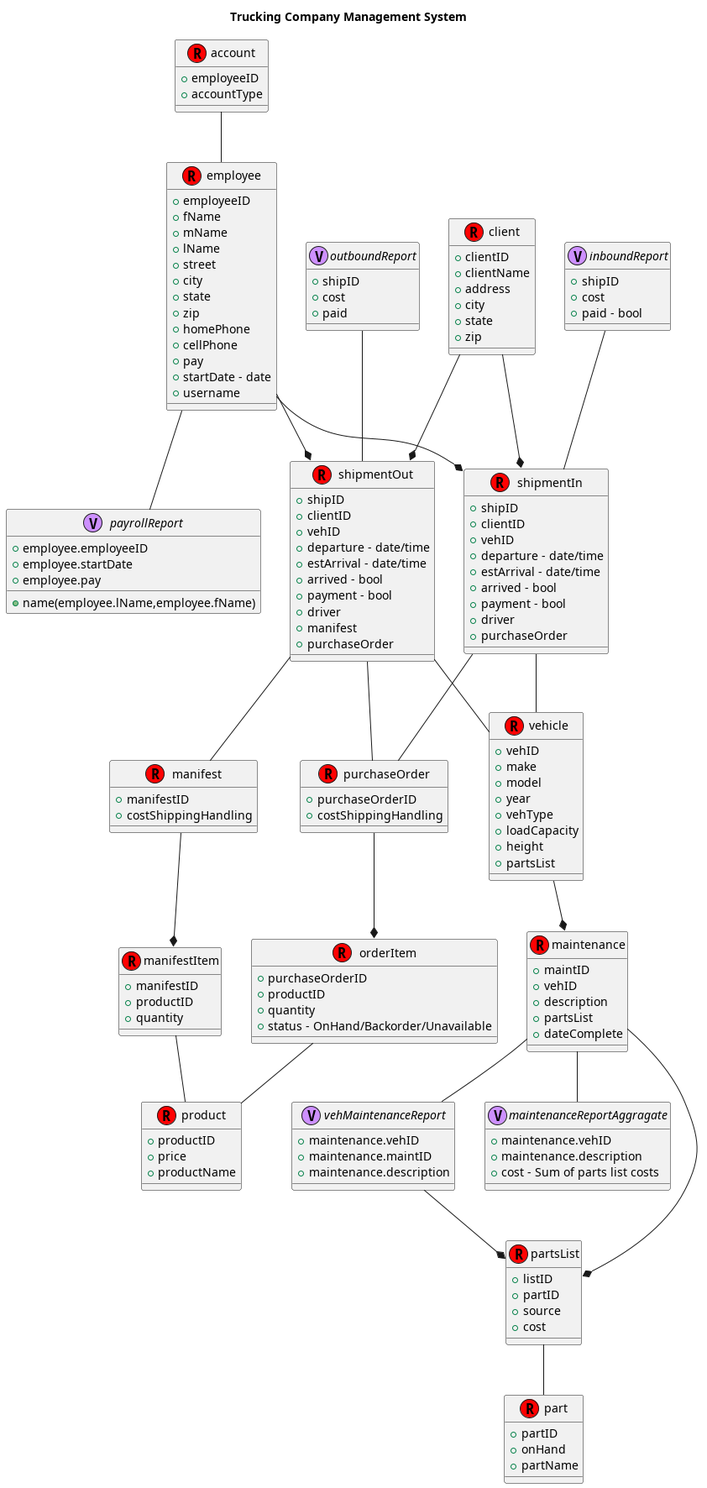
The PlantUML diagram planning/uml/relation.png in StephenP-AL/CS499-group-7, before a commit.
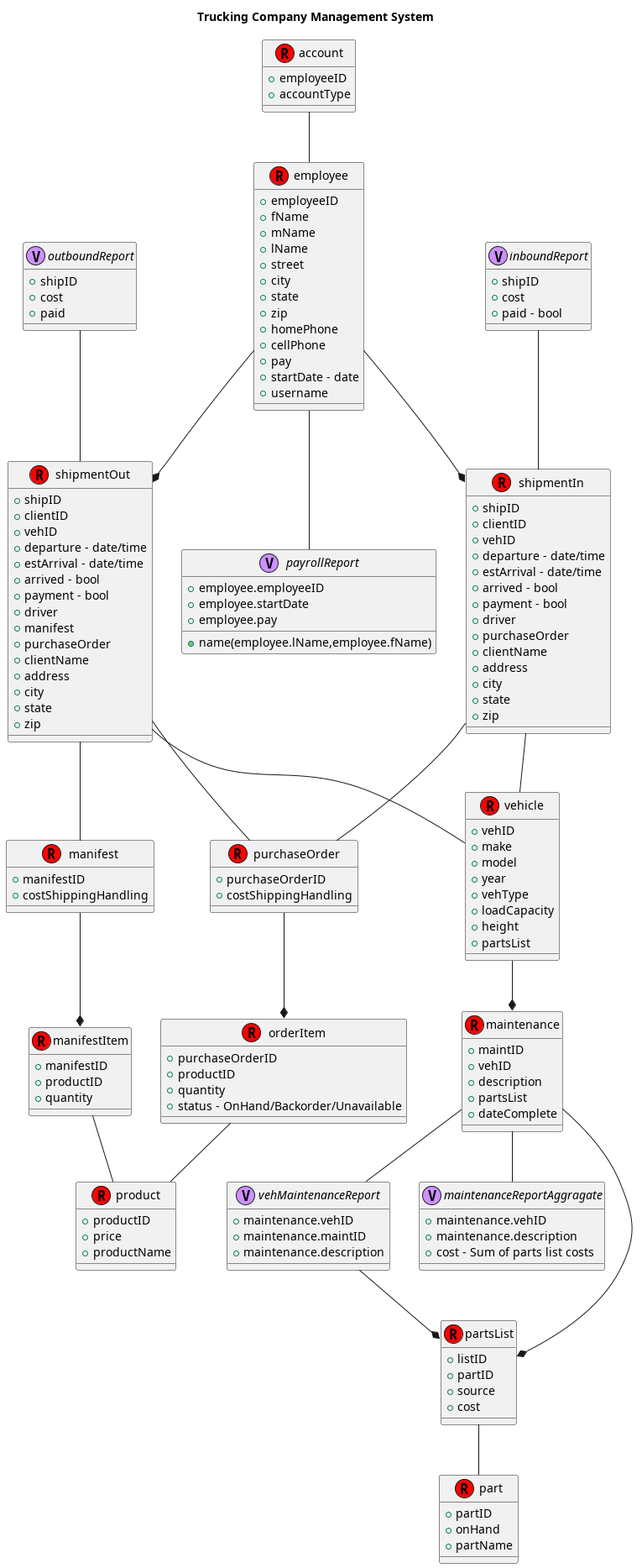
The same file after the commit.

Commit message:
updated relation diagram to put client data in shipment tables

Change to the diagram source:
```diff
@@ -15,8 +15,6 @@
 manifest --* manifestItem
 manifestItem -- product
 orderItem -- product
-client --* shipmentIn
-client --* shipmentOut
 shipmentIn -- vehicle
 shipmentOut -- vehicle
 employee -- payrollReport
@@ -34,6 +32,12 @@
   +payment - bool
   +driver
   +purchaseOrder
+  +clientName
+  +address
+  +city
+  +state
+  +zip
+
 }
 class shipmentOut<< (R,#FF0202) >>{
   +shipID
@@ -46,14 +50,12 @@
   +driver
   +manifest
   +purchaseOrder
-}
-class client<< (R,#FF0202) >>{
-  +clientID
   +clientName
   +address
   +city
   +state
   +zip
+
 }
 class manifest<< (R,#FF0202) >>{
   +manifestID
```
